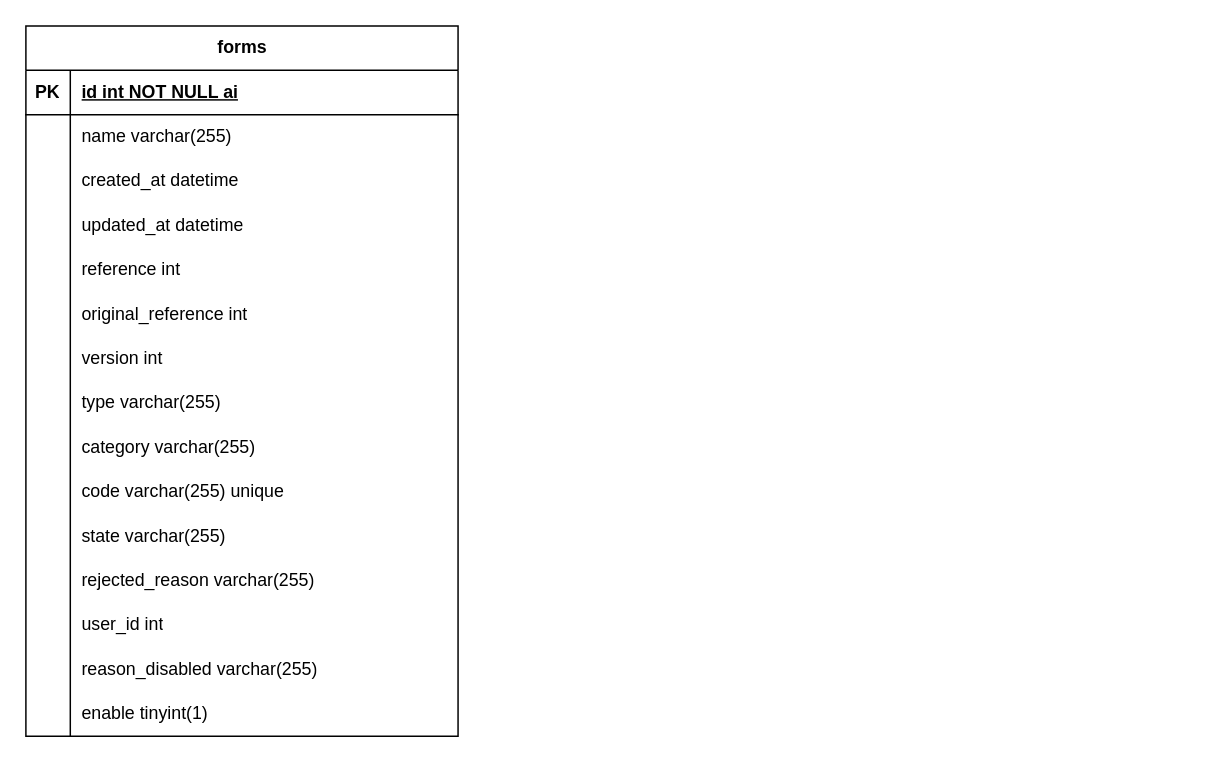
This is proyectos/farmacovigilancia.drawio from DarioEB/diagramas, a draw.io file, before an edit. Source tidied: cells renumbered, new cells numbered last; positions are measured from the earlier drawing's top-left corner, leaving out a move shared by most shapes. Both pictures are drawn from the tidied source at 148%, with x=0, y=0 at pixel (25, 25).
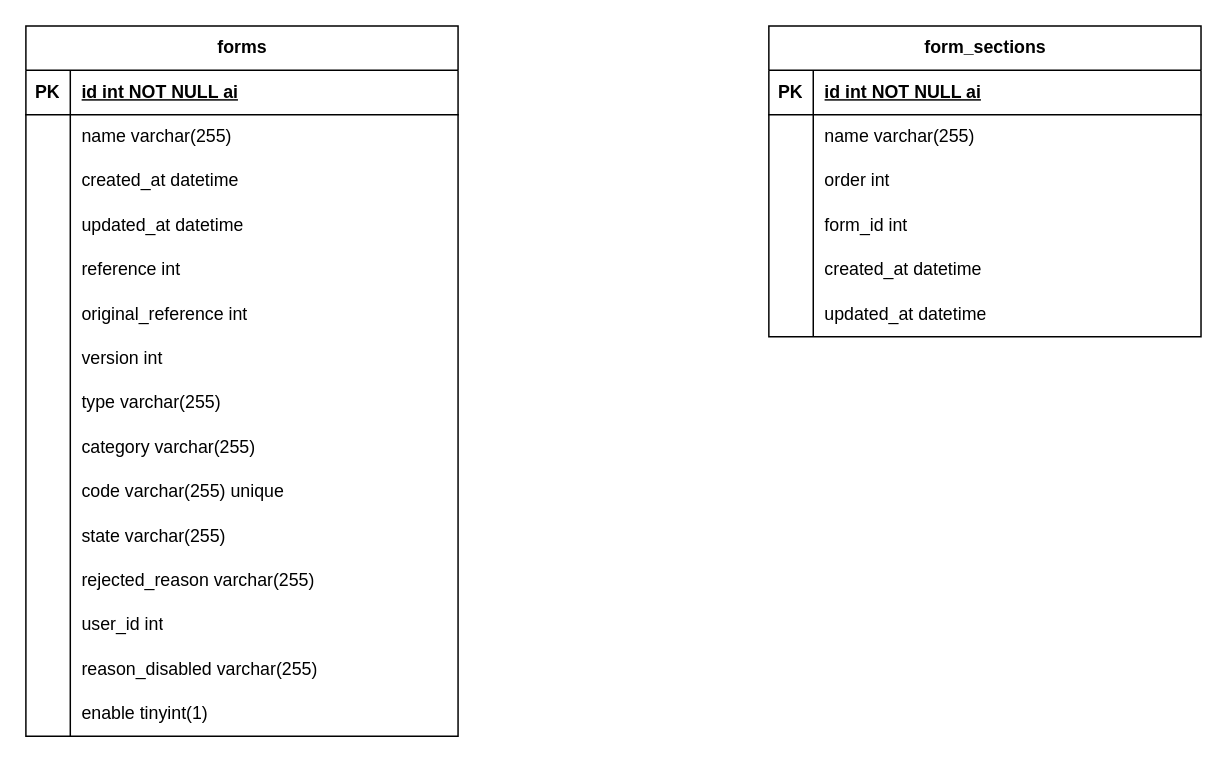
The same diagram, later.

Change to the diagram source:
```diff
@@
+    <mxCell id="48" value="form_sections" style="shape=table;startSize=30;childLayout=tableLayout;rowLines=0;fontStyle=1;align=center;html=1;" parent="1" vertex="1">
+      <mxGeometry x="502" width="292" height="210" as="geometry" />
+    </mxCell>
+    <mxCell id="49" style="shape=tableRow;horizontal=0;startSize=0;swimlaneHead=0;swimlaneBody=0;fillColor=none;top=0;left=0;right=0;bottom=1;" parent="48" vertex="1">
+      <mxGeometry y="30" width="292" height="30" as="geometry" />
+    </mxCell>
+    <mxCell id="50" value="PK" style="shape=partialRectangle;fillColor=none;top=0;left=0;bottom=0;right=0;fontStyle=1;overflow=hidden;whiteSpace=wrap;html=1;" parent="49" vertex="1">
+      <mxGeometry width="30" height="30" as="geometry" />
+    </mxCell>
+    <mxCell id="51" value="id int NOT NULL ai" style="shape=partialRectangle;fillColor=none;top=0;left=0;bottom=0;right=0;align=left;spacingLeft=6;fontStyle=5;overflow=hidden;whiteSpace=wrap;html=1;" parent="49" vertex="1">
+      <mxGeometry x="30" width="262" height="30" as="geometry" />
+    </mxCell>
+    <mxCell id="52" style="shape=tableRow;horizontal=0;startSize=0;swimlaneHead=0;swimlaneBody=0;fillColor=none;top=0;left=0;right=0;bottom=0;" parent="48" vertex="1">
+      <mxGeometry y="60" width="292" height="30" as="geometry" />
+    </mxCell>
+    <mxCell id="53" style="shape=partialRectangle;fillColor=none;top=0;left=0;bottom=0;right=0;overflow=hidden;whiteSpace=wrap;html=1;" parent="52" vertex="1">
+      <mxGeometry width="30" height="30" as="geometry" />
+    </mxCell>
+    <mxCell id="54" value="name varchar(255)" style="shape=partialRectangle;fillColor=none;top=0;left=0;bottom=0;right=0;align=left;spacingLeft=6;overflow=hidden;whiteSpace=wrap;html=1;" parent="52" vertex="1">
+      <mxGeometry x="30" width="262" height="30" as="geometry" />
+    </mxCell>
+    <mxCell id="55" style="shape=tableRow;horizontal=0;startSize=0;swimlaneHead=0;swimlaneBody=0;fillColor=none;top=0;left=0;right=0;bottom=0;" parent="48" vertex="1">
+      <mxGeometry y="90" width="292" height="30" as="geometry" />
+    </mxCell>
+    <mxCell id="56" style="shape=partialRectangle;fillColor=none;top=0;left=0;bottom=0;right=0;overflow=hidden;whiteSpace=wrap;html=1;" parent="55" vertex="1">
+      <mxGeometry width="30" height="30" as="geometry" />
+    </mxCell>
+    <mxCell id="57" value="order int" style="shape=partialRectangle;fillColor=none;top=0;left=0;bottom=0;right=0;align=left;spacingLeft=6;overflow=hidden;whiteSpace=wrap;html=1;" parent="55" vertex="1">
+      <mxGeometry x="30" width="262" height="30" as="geometry" />
+    </mxCell>
+    <mxCell id="58" style="shape=tableRow;horizontal=0;startSize=0;swimlaneHead=0;swimlaneBody=0;fillColor=none;top=0;left=0;right=0;bottom=0;" parent="48" vertex="1">
+      <mxGeometry y="120" width="292" height="30" as="geometry" />
+    </mxCell>
+    <mxCell id="59" style="shape=partialRectangle;fillColor=none;top=0;left=0;bottom=0;right=0;overflow=hidden;whiteSpace=wrap;html=1;" parent="58" vertex="1">
+      <mxGeometry width="30" height="30" as="geometry" />
+    </mxCell>
+    <mxCell id="60" value="form_id int" style="shape=partialRectangle;fillColor=none;top=0;left=0;bottom=0;right=0;align=left;spacingLeft=6;overflow=hidden;whiteSpace=wrap;html=1;" parent="58" vertex="1">
+      <mxGeometry x="30" width="262" height="30" as="geometry" />
+    </mxCell>
+    <mxCell id="61" style="shape=tableRow;horizontal=0;startSize=0;swimlaneHead=0;swimlaneBody=0;fillColor=none;top=0;left=0;right=0;bottom=0;" parent="48" vertex="1">
+      <mxGeometry y="150" width="292" height="30" as="geometry" />
+    </mxCell>
+    <mxCell id="62" style="shape=partialRectangle;fillColor=none;top=0;left=0;bottom=0;right=0;overflow=hidden;whiteSpace=wrap;html=1;" parent="61" vertex="1">
+      <mxGeometry width="30" height="30" as="geometry" />
+    </mxCell>
+    <mxCell id="63" value="created_at datetime" style="shape=partialRectangle;fillColor=none;top=0;left=0;bottom=0;right=0;align=left;spacingLeft=6;overflow=hidden;whiteSpace=wrap;html=1;" parent="61" vertex="1">
+      <mxGeometry x="30" width="262" height="30" as="geometry" />
+    </mxCell>
+    <mxCell id="64" style="shape=tableRow;horizontal=0;startSize=0;swimlaneHead=0;swimlaneBody=0;fillColor=none;top=0;left=0;right=0;bottom=0;" parent="48" vertex="1">
+      <mxGeometry y="180" width="292" height="30" as="geometry" />
+    </mxCell>
+    <mxCell id="65" style="shape=partialRectangle;fillColor=none;top=0;left=0;bottom=0;right=0;overflow=hidden;whiteSpace=wrap;html=1;" parent="64" vertex="1">
+      <mxGeometry width="30" height="30" as="geometry" />
+    </mxCell>
+    <mxCell id="66" value="updated_at datetime" style="shape=partialRectangle;fillColor=none;top=0;left=0;bottom=0;right=0;align=left;spacingLeft=6;overflow=hidden;whiteSpace=wrap;html=1;" parent="64" vertex="1">
+      <mxGeometry x="30" width="262" height="30" as="geometry" />
+    </mxCell>
```
